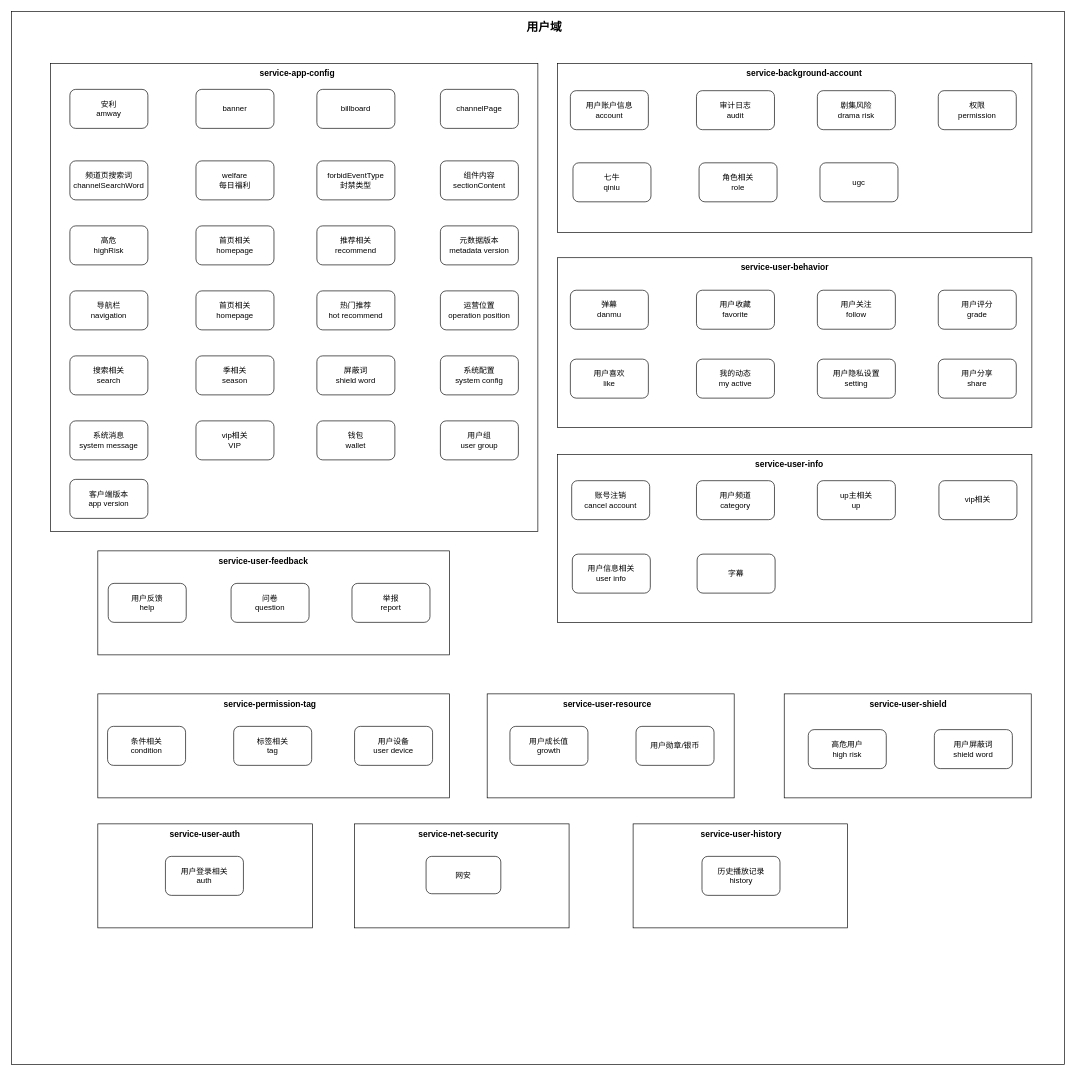
The draw.io diagram page "All" (12 of 12) of service-app-config.drawio in songmulin/rr-business, before the edit. Source tidied: cells renumbered, new cells numbered last; positions are measured from the earlier drawing's top-left corner, leaving out a move shared by most shapes. Both pictures are drawn from the tidied source at 65%, with x=0, y=0 at pixel (11, 11).
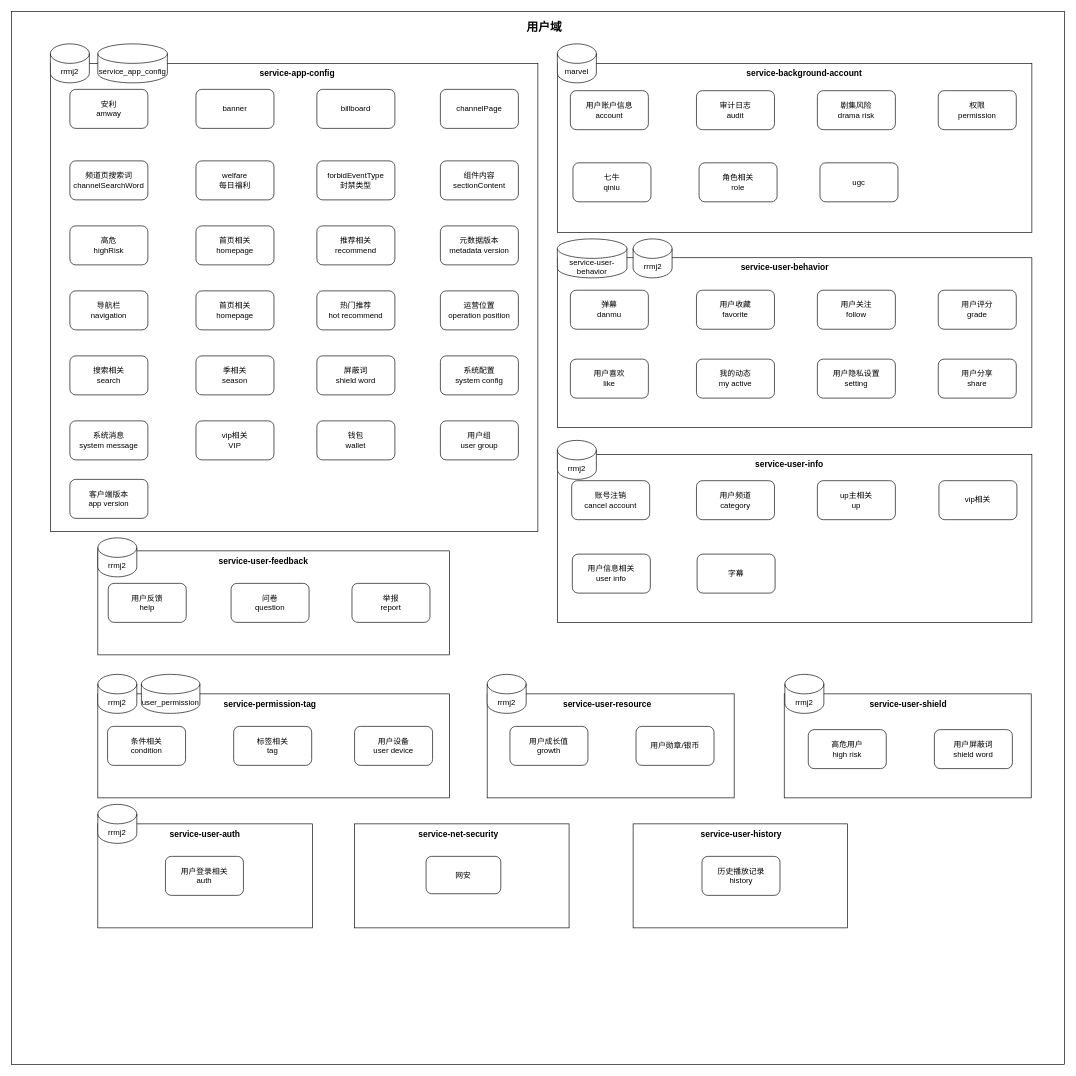
The same page after the edit.

Change to the diagram source:
```diff
@@
+    <mxCell id="85" value="rrmj2" style="shape=cylinder3;whiteSpace=wrap;html=1;boundedLbl=1;backgroundOutline=1;size=15;" parent="1" vertex="1">
+      <mxGeometry x="60" y="50" width="60" height="60" as="geometry" />
+    </mxCell>
+    <mxCell id="86" value="service_app_config" style="shape=cylinder3;whiteSpace=wrap;html=1;boundedLbl=1;backgroundOutline=1;size=15;" parent="1" vertex="1">
+      <mxGeometry x="133" y="50" width="107" height="60" as="geometry" />
+    </mxCell>
+    <mxCell id="87" value="marvel" style="shape=cylinder3;whiteSpace=wrap;html=1;boundedLbl=1;backgroundOutline=1;size=15;" parent="1" vertex="1">
+      <mxGeometry x="840" y="50" width="60" height="60" as="geometry" />
+    </mxCell>
+    <mxCell id="88" value="service-user-behavior" style="shape=cylinder3;whiteSpace=wrap;html=1;boundedLbl=1;backgroundOutline=1;size=15;" parent="1" vertex="1">
+      <mxGeometry x="840" y="350" width="107" height="60" as="geometry" />
+    </mxCell>
+    <mxCell id="89" value="rrmj2" style="shape=cylinder3;whiteSpace=wrap;html=1;boundedLbl=1;backgroundOutline=1;size=15;" parent="1" vertex="1">
+      <mxGeometry x="956.5" y="350" width="60" height="60" as="geometry" />
+    </mxCell>
+    <mxCell id="90" value="rrmj2" style="shape=cylinder3;whiteSpace=wrap;html=1;boundedLbl=1;backgroundOutline=1;size=15;" parent="1" vertex="1">
+      <mxGeometry x="840" y="660" width="60" height="60" as="geometry" />
+    </mxCell>
+    <mxCell id="91" value="rrmj2" style="shape=cylinder3;whiteSpace=wrap;html=1;boundedLbl=1;backgroundOutline=1;size=15;" parent="1" vertex="1">
+      <mxGeometry x="133" y="810" width="60" height="60" as="geometry" />
+    </mxCell>
+    <mxCell id="92" value="rrmj2" style="shape=cylinder3;whiteSpace=wrap;html=1;boundedLbl=1;backgroundOutline=1;size=15;" parent="1" vertex="1">
+      <mxGeometry x="133" y="1020" width="60" height="60" as="geometry" />
+    </mxCell>
+    <mxCell id="93" value="user_permission" style="shape=cylinder3;whiteSpace=wrap;html=1;boundedLbl=1;backgroundOutline=1;size=15;" parent="1" vertex="1">
+      <mxGeometry x="200" y="1020" width="90" height="60" as="geometry" />
+    </mxCell>
+    <mxCell id="94" value="rrmj2" style="shape=cylinder3;whiteSpace=wrap;html=1;boundedLbl=1;backgroundOutline=1;size=15;" parent="1" vertex="1">
+      <mxGeometry x="732" y="1020" width="60" height="60" as="geometry" />
+    </mxCell>
+    <mxCell id="95" value="rrmj2" style="shape=cylinder3;whiteSpace=wrap;html=1;boundedLbl=1;backgroundOutline=1;size=15;" parent="1" vertex="1">
+      <mxGeometry x="1190" y="1020" width="60" height="60" as="geometry" />
+    </mxCell>
+    <mxCell id="96" value="rrmj2" style="shape=cylinder3;whiteSpace=wrap;html=1;boundedLbl=1;backgroundOutline=1;size=15;" parent="1" vertex="1">
+      <mxGeometry x="133" y="1220" width="60" height="60" as="geometry" />
+    </mxCell>
```
